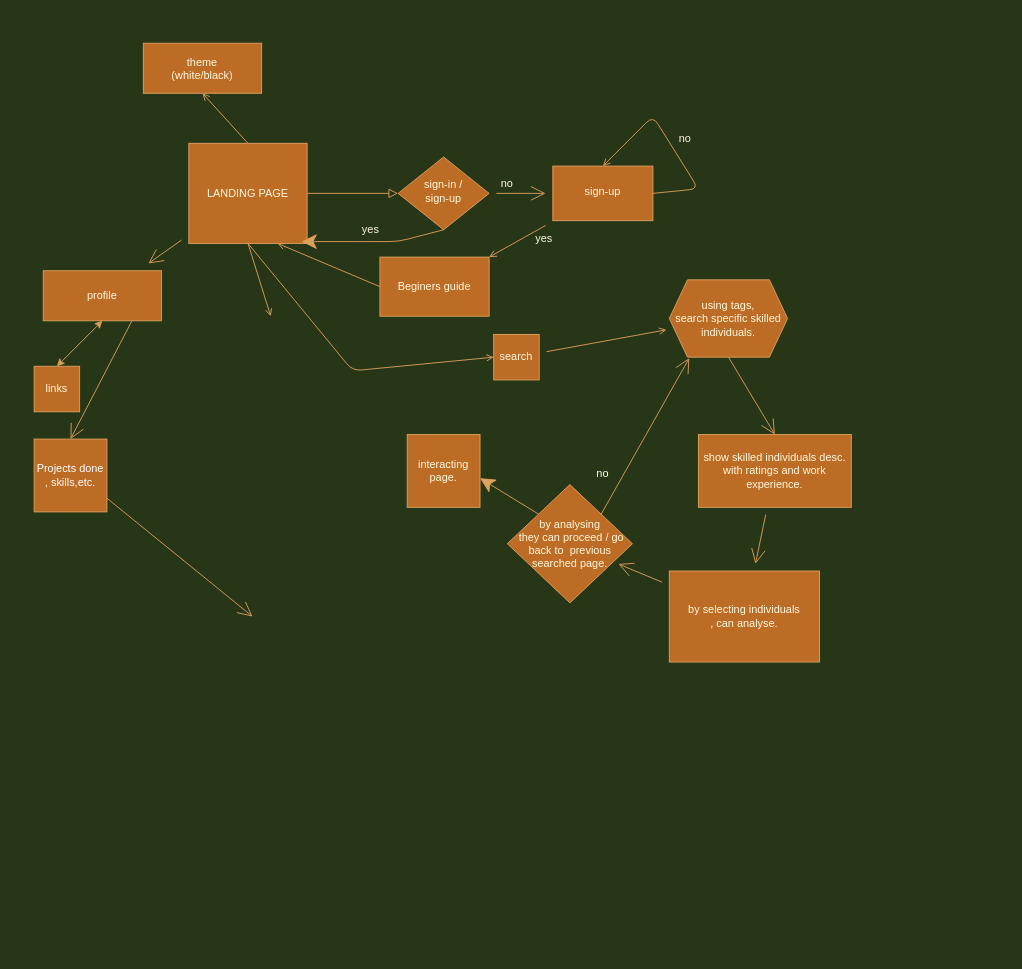
This is Untitled Diagram.drawio from rahulrg1/linclon, a draw.io file, before an edit. Source tidied: cells renumbered, new cells numbered last; positions are measured from the earlier drawing's top-left corner, leaving out a move shared by most shapes. Both pictures are drawn from the tidied source at 91%, with x=0, y=0 at pixel (34, 43).
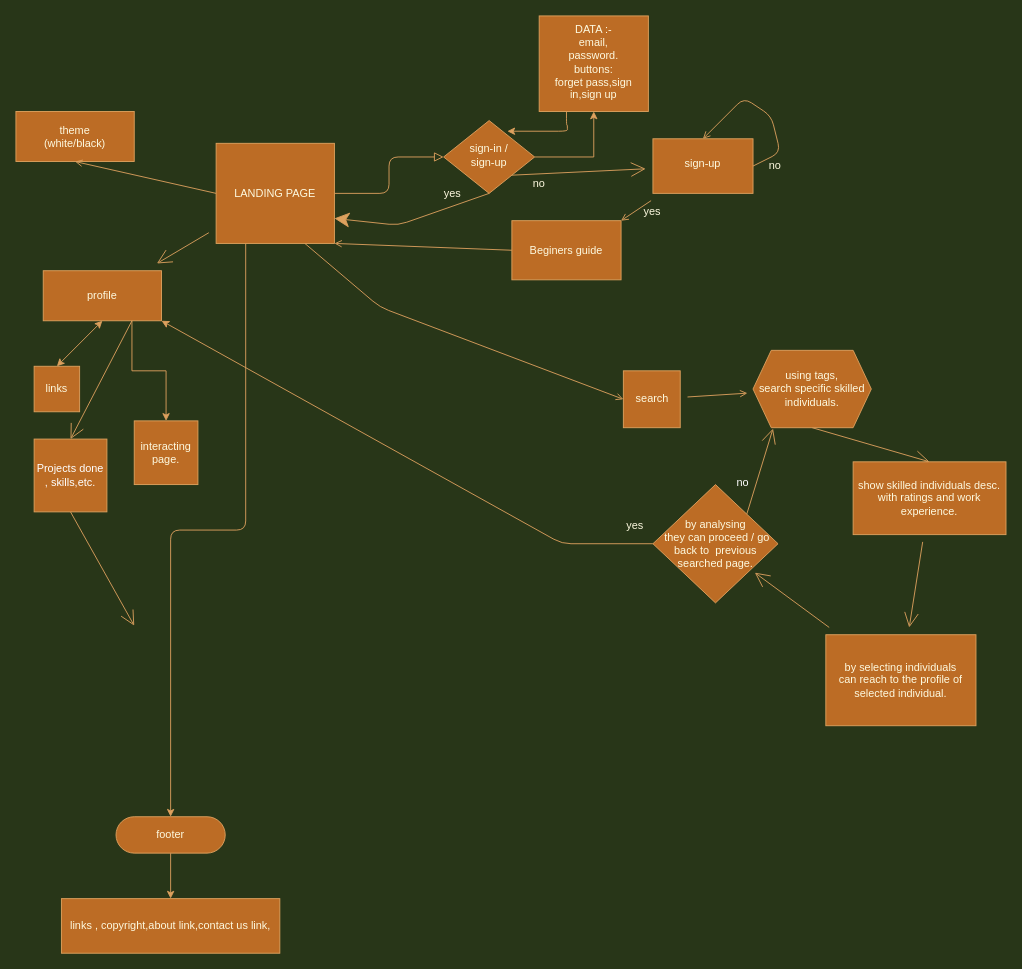
Above is the later version.

Unchanged cells that the change refers to:
```xml
<mxCell id="22" value="profile&lt;br&gt;" style="whiteSpace=wrap;html=1;hachureGap=4;fontColor=#FEFAE0;strokeColor=#DDA15E;fillColor=#BC6C25;arcSize=50;" parent="1" vertex="1">
  <mxGeometry x="10" y="250" width="130" height="55" as="geometry" />
</mxCell>
<mxCell id="38" value="&lt;font color=&quot;#ffffff&quot;&gt;Projects done&lt;br&gt;, skills,etc.&lt;br&gt;&lt;/font&gt;" style="whiteSpace=wrap;html=1;hachureGap=4;strokeColor=#DDA15E;fillColor=#BC6C25;fontColor=#FEFAE0;" parent="1" vertex="1">
  <mxGeometry y="435" width="80" height="80" as="geometry" />
</mxCell>
```

Change to the diagram source:
```diff
@@
     <mxCell id="2" value="theme&lt;br&gt;(white/black)" style="whiteSpace=wrap;html=1;hachureGap=4;fontColor=#FEFAE0;strokeColor=#DDA15E;fillColor=#BC6C25;arcSize=50;" parent="1" vertex="1">
-      <mxGeometry x="120" width="130" height="55" as="geometry" />
+      <mxGeometry x="-20" y="75" width="130" height="55" as="geometry" />
     </mxCell>
-    <mxCell id="3" style="edgeStyle=none;jettySize=auto;html=1;fontColor=#FEFAE0;endArrow=open;sourcePerimeterSpacing=8;targetPerimeterSpacing=8;strokeColor=#DDA15E;fillColor=#BC6C25;entryX=0;entryY=0.5;entryDx=0;entryDy=0;exitX=0.5;exitY=1;exitDx=0;exitDy=0;labelBackgroundColor=#283618;" parent="1" edge="1" source="17" target="5">
+    <mxCell id="3" style="edgeStyle=none;jettySize=auto;html=1;fontColor=#FEFAE0;endArrow=open;sourcePerimeterSpacing=8;targetPerimeterSpacing=8;strokeColor=#DDA15E;fillColor=#BC6C25;entryX=0;entryY=0.5;entryDx=0;entryDy=0;exitX=0.75;exitY=1;exitDx=0;exitDy=0;labelBackgroundColor=#283618;" parent="1" edge="1" source="17" target="5">
       <mxGeometry relative="1" as="geometry">
         <Array as="points">
-          <mxPoint x="350" y="360" />
+          <mxPoint x="380" y="290" />
         </Array>
       </mxGeometry>
     </mxCell>
@@
     <mxCell id="5" value="search" style="whiteSpace=wrap;html=1;hachureGap=4;fontColor=#FEFAE0;strokeColor=#DDA15E;fillColor=#BC6C25;" parent="1" vertex="1">
-      <mxGeometry x="505" y="320" width="50" height="50" as="geometry" />
+      <mxGeometry x="647.5" y="360" width="62.5" height="62.5" as="geometry" />
     </mxCell>
@@
-    <mxCell id="7" style="edgeStyle=none;jettySize=auto;html=1;fontColor=#FEFAE0;endArrow=open;startSize=14;endSize=14;sourcePerimeterSpacing=8;targetPerimeterSpacing=8;strokeColor=#DDA15E;fillColor=#BC6C25;labelBackgroundColor=#283618;" parent="1" edge="1" source="8" target="12">
+    <mxCell id="7" style="edgeStyle=none;jettySize=auto;html=1;fontColor=#FEFAE0;endArrow=open;startSize=14;endSize=14;sourcePerimeterSpacing=8;targetPerimeterSpacing=8;strokeColor=#DDA15E;fillColor=#BC6C25;labelBackgroundColor=#283618;exitX=1;exitY=1;exitDx=0;exitDy=0;" parent="1" edge="1" source="8" target="12">
       <mxGeometry relative="1" as="geometry" />
     </mxCell>
+    <mxCell id="40" style="edgeStyle=orthogonalEdgeStyle;rounded=0;jettySize=auto;html=1;startSize=30;strokeColor=#DDA15E;labelBackgroundColor=#283618;fontColor=#FEFAE0;" parent="1" edge="1" source="8" target="44">
+      <mxGeometry relative="1" as="geometry" />
+    </mxCell>
     <mxCell id="8" value="sign-in /&lt;br&gt;sign-up&lt;br&gt;" style="rhombus;whiteSpace=wrap;html=1;shadow=0;fontFamily=Helvetica;fontSize=12;align=center;strokeWidth=1;spacing=6;spacingTop=-4;fillColor=#BC6C25;strokeColor=#DDA15E;fontColor=#FEFAE0;" parent="1" vertex="1">
-      <mxGeometry x="400" y="125" width="100" height="80" as="geometry" />
+      <mxGeometry x="450" y="85" width="100" height="80" as="geometry" />
     </mxCell>
     <mxCell id="9" value="yes&lt;br&gt;" style="text;html=1;strokeColor=none;fillColor=none;align=center;verticalAlign=middle;whiteSpace=wrap;hachureGap=4;fontColor=#FEFAE0;" parent="1" vertex="1">
-      <mxGeometry x="350" y="195" width="40" height="20" as="geometry" />
+      <mxGeometry x="440" y="155" width="40" height="20" as="geometry" />
     </mxCell>
@@
     <mxCell id="11" style="edgeStyle=none;orthogonalLoop=1;jettySize=auto;html=1;fontColor=#FEFAE0;endArrow=open;sourcePerimeterSpacing=8;targetPerimeterSpacing=8;strokeColor=#DDA15E;fillColor=#BC6C25;entryX=0.5;entryY=0;entryDx=0;entryDy=0;exitX=1;exitY=0.5;exitDx=0;exitDy=0;labelBackgroundColor=#283618;" parent="1" edge="1" source="12" target="12">
       <mxGeometry relative="1" as="geometry">
         <Array as="points">
-          <mxPoint x="730" y="160" />
-          <mxPoint x="680" y="80" />
+          <mxPoint x="820" y="120" />
+          <mxPoint x="810" y="80" />
+          <mxPoint x="780" y="60" />
         </Array>
       </mxGeometry>
     </mxCell>
     <mxCell id="12" value="sign-up" style="whiteSpace=wrap;html=1;shadow=0;fontColor=#FEFAE0;strokeColor=#DDA15E;strokeWidth=1;fillColor=#BC6C25;spacing=6;spacingTop=-4;" parent="1" vertex="1">
-      <mxGeometry x="570" y="135" width="110" height="60" as="geometry" />
+      <mxGeometry x="680" y="105" width="110" height="60" as="geometry" />
     </mxCell>
@@
-    <mxCell id="14" style="edgeStyle=none;jettySize=auto;html=1;exitX=0.5;exitY=0;exitDx=0;exitDy=0;fontColor=#FEFAE0;endArrow=open;sourcePerimeterSpacing=8;targetPerimeterSpacing=8;strokeColor=#DDA15E;fillColor=#BC6C25;entryX=0.5;entryY=1;entryDx=0;entryDy=0;labelBackgroundColor=#283618;" parent="1" edge="1" source="17" target="2">
+    <mxCell id="14" style="edgeStyle=none;jettySize=auto;html=1;exitX=0;exitY=0.5;exitDx=0;exitDy=0;fontColor=#FEFAE0;endArrow=open;sourcePerimeterSpacing=8;targetPerimeterSpacing=8;strokeColor=#DDA15E;fillColor=#BC6C25;entryX=0.5;entryY=1;entryDx=0;entryDy=0;labelBackgroundColor=#283618;" parent="1" edge="1" source="17" target="2">
       <mxGeometry relative="1" as="geometry" />
     </mxCell>
-    <mxCell id="15" style="edgeStyle=none;jettySize=auto;html=1;exitX=0;exitY=0.5;exitDx=0;exitDy=0;fontColor=#FEFAE0;endArrow=open;sourcePerimeterSpacing=8;targetPerimeterSpacing=8;strokeColor=#DDA15E;fillColor=#BC6C25;entryX=0.75;entryY=1;entryDx=0;entryDy=0;labelBackgroundColor=#283618;" parent="1" edge="1" source="28" target="17">
+    <mxCell id="15" style="edgeStyle=none;jettySize=auto;html=1;exitX=0;exitY=0.5;exitDx=0;exitDy=0;fontColor=#FEFAE0;endArrow=open;sourcePerimeterSpacing=8;targetPerimeterSpacing=8;strokeColor=#DDA15E;fillColor=#BC6C25;entryX=1;entryY=1;entryDx=0;entryDy=0;labelBackgroundColor=#283618;" parent="1" edge="1" source="28" target="17">
       <mxGeometry relative="1" as="geometry" />
     </mxCell>
-    <mxCell id="16" style="edgeStyle=none;jettySize=auto;html=1;exitX=0.5;exitY=1;exitDx=0;exitDy=0;fontColor=#FEFAE0;endArrow=open;sourcePerimeterSpacing=8;targetPerimeterSpacing=8;strokeColor=#DDA15E;fillColor=#BC6C25;labelBackgroundColor=#283618;" parent="1" edge="1" source="17">
-      <mxGeometry relative="1" as="geometry">
-        <mxPoint x="260" y="300" as="targetPoint" />
-      </mxGeometry>
-    </mxCell>
+    <mxCell id="41" style="edgeStyle=orthogonalEdgeStyle;curved=0;rounded=1;sketch=0;jettySize=auto;html=1;exitX=0.25;exitY=1;exitDx=0;exitDy=0;fontColor=#FEFAE0;strokeColor=#DDA15E;fillColor=#BC6C25;entryX=0.5;entryY=0;entryDx=0;entryDy=0;" parent="1" edge="1" source="17" target="47">
+      <mxGeometry relative="1" as="geometry" />
+    </mxCell>
     <mxCell id="17" value="LANDING PAGE" style="whiteSpace=wrap;html=1;hachureGap=4;fontColor=#FEFAE0;strokeColor=#DDA15E;fillColor=#BC6C25;" parent="1" vertex="1">
-      <mxGeometry x="170" y="110" width="130" height="110" as="geometry" />
+      <mxGeometry x="200" y="110" width="130" height="110" as="geometry" />
     </mxCell>
     <mxCell id="18" value="no&lt;br&gt;" style="text;html=1;strokeColor=none;fillColor=none;align=center;verticalAlign=middle;whiteSpace=wrap;hachureGap=4;fontColor=#FEFAE0;" parent="1" vertex="1">
-      <mxGeometry x="500" y="145" width="40" height="20" as="geometry" />
+      <mxGeometry x="535" y="145" width="40" height="20" as="geometry" />
     </mxCell>
     <mxCell id="19" value="yes&lt;br&gt;" style="text;html=1;align=center;verticalAlign=middle;strokeColor=none;fillColor=none;fontColor=#FEFAE0;" parent="1" vertex="1">
-      <mxGeometry x="545" y="205" width="30" height="20" as="geometry" />
+      <mxGeometry x="663.8" y="175" width="30" height="20" as="geometry" />
     </mxCell>
     <mxCell id="20" value="no&lt;br&gt;" style="text;html=1;align=center;verticalAlign=middle;strokeColor=none;fillColor=none;fontColor=#FEFAE0;" parent="1" vertex="1">
-      <mxGeometry x="700" y="95" width="30" height="20" as="geometry" />
+      <mxGeometry x="799" y="125" width="30" height="20" as="geometry" />
     </mxCell>
-    <mxCell id="21" style="edgeStyle=none;jettySize=auto;html=1;exitX=0.75;exitY=1;exitDx=0;exitDy=0;endArrow=open;startSize=14;endSize=14;sourcePerimeterSpacing=8;targetPerimeterSpacing=8;strokeColor=#DDA15E;entryX=0.5;entryY=0;entryDx=0;entryDy=0;labelBackgroundColor=#283618;fontColor=#FEFAE0;" parent="1" edge="1" source="22" target="38">
+    <mxCell id="21" style="edgeStyle=none;jettySize=auto;html=1;exitX=0.75;exitY=1;exitDx=0;exitDy=0;endArrow=open;startSize=14;endSize=14;sourcePerimeterSpacing=8;targetPerimeterSpacing=8;strokeColor=#DDA15E;entryX=0.5;entryY=0;entryDx=0;entryDy=0;fontColor=#FEFAE0;labelBackgroundColor=#283618;" parent="1" edge="1" source="22" target="38">
       <mxGeometry relative="1" as="geometry" />
     </mxCell>
+    <mxCell id="42" style="edgeStyle=orthogonalEdgeStyle;rounded=0;jettySize=auto;html=1;exitX=0.75;exitY=1;exitDx=0;exitDy=0;startSize=30;strokeColor=#DDA15E;labelBackgroundColor=#283618;fontColor=#FEFAE0;" parent="1" edge="1" source="22" target="35">
+      <mxGeometry relative="1" as="geometry" />
+    </mxCell>
@@
-    <mxCell id="23" style="endArrow=classic;html=1;fontColor=#FEFAE0;startSize=14;endSize=14;sourcePerimeterSpacing=8;targetPerimeterSpacing=8;strokeColor=#DDA15E;fillColor=#BC6C25;exitX=0.5;exitY=1;exitDx=0;exitDy=0;entryX=0.954;entryY=0.982;entryDx=0;entryDy=0;entryPerimeter=0;labelBackgroundColor=#283618;" parent="1" edge="1" source="8" target="17">
+    <mxCell id="23" style="endArrow=classic;html=1;fontColor=#FEFAE0;startSize=14;endSize=14;sourcePerimeterSpacing=8;targetPerimeterSpacing=8;strokeColor=#DDA15E;fillColor=#BC6C25;exitX=0.5;exitY=1;exitDx=0;exitDy=0;entryX=1;entryY=0.75;entryDx=0;entryDy=0;labelBackgroundColor=#283618;" parent="1" edge="1" source="8" target="17">
       <mxGeometry relative="1" as="geometry">
         <Array as="points">
-          <mxPoint x="400" y="218" />
+          <mxPoint x="400" y="200" />
         </Array>
       </mxGeometry>
     </mxCell>
@@
-    <mxCell id="26" style="edgeStyle=none;jettySize=auto;html=1;exitX=0.5;exitY=1;exitDx=0;exitDy=0;entryX=0.5;entryY=0;entryDx=0;entryDy=0;endArrow=open;startSize=14;endSize=14;sourcePerimeterSpacing=8;targetPerimeterSpacing=8;fillColor=#BC6C25;strokeColor=#DDA15E;labelBackgroundColor=#283618;fontColor=#FEFAE0;" parent="1" edge="1" source="27" target="30">
+    <mxCell id="26" style="edgeStyle=none;jettySize=auto;html=1;exitX=0.5;exitY=1;exitDx=0;exitDy=0;entryX=0.5;entryY=0;entryDx=0;entryDy=0;endArrow=open;startSize=14;endSize=14;sourcePerimeterSpacing=8;targetPerimeterSpacing=8;fillColor=#BC6C25;strokeColor=#DDA15E;fontColor=#FEFAE0;labelBackgroundColor=#283618;" parent="1" edge="1" source="27" target="30">
       <mxGeometry relative="1" as="geometry" />
     </mxCell>
     <mxCell id="27" value="using tags,&lt;br&gt;search specific skilled&lt;br&gt;individuals." style="shape=hexagon;perimeter=hexagonPerimeter2;whiteSpace=wrap;html=1;fixedSize=1;fontColor=#FEFAE0;strokeColor=#DDA15E;fillColor=#BC6C25;hachureGap=4;" parent="1" vertex="1">
-      <mxGeometry x="698" y="260" width="130" height="85" as="geometry" />
+      <mxGeometry x="790" y="337.5" width="130" height="85" as="geometry" />
     </mxCell>
     <mxCell id="28" value="Beginers guide" style="whiteSpace=wrap;html=1;hachureGap=4;fontColor=#FEFAE0;strokeColor=#DDA15E;fillColor=#BC6C25;arcSize=0;" parent="1" vertex="1">
-      <mxGeometry x="380" y="235" width="120" height="65" as="geometry" />
+      <mxGeometry x="525" y="195" width="120" height="65" as="geometry" />
     </mxCell>
-    <mxCell id="29" style="edgeStyle=none;jettySize=auto;html=1;endArrow=open;startSize=14;endSize=14;sourcePerimeterSpacing=8;targetPerimeterSpacing=8;strokeColor=#DDA15E;labelBackgroundColor=#283618;fontColor=#FEFAE0;" parent="1" edge="1" source="30" target="32">
+    <mxCell id="29" style="edgeStyle=none;jettySize=auto;html=1;endArrow=open;startSize=14;endSize=14;sourcePerimeterSpacing=8;targetPerimeterSpacing=8;strokeColor=#DDA15E;fontColor=#FEFAE0;labelBackgroundColor=#283618;" parent="1" edge="1" source="30" target="32">
       <mxGeometry relative="1" as="geometry" />
     </mxCell>
     <mxCell id="30" value="show skilled individuals desc.&lt;br&gt;with ratings and work experience." style="whiteSpace=wrap;html=1;hachureGap=4;fontColor=#FEFAE0;strokeColor=#DDA15E;fillColor=#BC6C25;arcSize=50;" parent="1" vertex="1">
-      <mxGeometry x="730" y="430" width="168" height="80" as="geometry" />
+      <mxGeometry x="900" y="460" width="168" height="80" as="geometry" />
     </mxCell>
-    <mxCell id="31" style="edgeStyle=none;jettySize=auto;html=1;endArrow=open;startSize=14;endSize=14;sourcePerimeterSpacing=8;targetPerimeterSpacing=8;strokeColor=#DDA15E;labelBackgroundColor=#283618;fontColor=#FEFAE0;" parent="1" edge="1" source="32" target="34">
+    <mxCell id="31" style="edgeStyle=none;jettySize=auto;html=1;endArrow=open;startSize=14;endSize=14;sourcePerimeterSpacing=8;targetPerimeterSpacing=8;strokeColor=#DDA15E;fontColor=#FEFAE0;labelBackgroundColor=#283618;" parent="1" edge="1" source="32" target="34">
       <mxGeometry relative="1" as="geometry" />
     </mxCell>
-    <mxCell id="32" value="by selecting individuals&lt;br&gt;, can analyse." style="whiteSpace=wrap;html=1;fontColor=#FEFAE0;strokeColor=#DDA15E;fillColor=#BC6C25;arcSize=50;hachureGap=4;" parent="1" vertex="1">
-      <mxGeometry x="698" y="580" width="165" height="100" as="geometry" />
+    <mxCell id="32" value="by selecting individuals&lt;br&gt;can reach to the profile of selected individual." style="whiteSpace=wrap;html=1;fontColor=#FEFAE0;strokeColor=#DDA15E;fillColor=#BC6C25;arcSize=50;hachureGap=4;" parent="1" vertex="1">
+      <mxGeometry x="870" y="650" width="165" height="100" as="geometry" />
     </mxCell>
-    <mxCell id="33" style="edgeStyle=none;jettySize=auto;html=1;exitX=1;exitY=0;exitDx=0;exitDy=0;entryX=0.169;entryY=1.012;entryDx=0;entryDy=0;entryPerimeter=0;endArrow=open;startSize=14;endSize=14;sourcePerimeterSpacing=8;targetPerimeterSpacing=8;strokeColor=#DDA15E;labelBackgroundColor=#283618;fontColor=#FEFAE0;" parent="1" edge="1" source="34" target="27">
+    <mxCell id="33" style="edgeStyle=none;jettySize=auto;html=1;exitX=1;exitY=0;exitDx=0;exitDy=0;entryX=0.169;entryY=1.012;entryDx=0;entryDy=0;entryPerimeter=0;endArrow=open;startSize=14;endSize=14;sourcePerimeterSpacing=8;targetPerimeterSpacing=8;strokeColor=#DDA15E;fontColor=#FEFAE0;labelBackgroundColor=#283618;" parent="1" edge="1" source="34" target="27">
       <mxGeometry relative="1" as="geometry" />
     </mxCell>
     <mxCell id="34" value="by analysing&lt;br&gt;&amp;nbsp;they can proceed / go back to&amp;nbsp; previous&lt;br&gt;searched&amp;nbsp;page." style="rhombus;whiteSpace=wrap;html=1;fontColor=#FEFAE0;strokeColor=#DDA15E;fillColor=#BC6C25;arcSize=0;hachureGap=4;" parent="1" vertex="1">
-      <mxGeometry x="520" y="485" width="137.5" height="130" as="geometry" />
+      <mxGeometry x="680" y="485" width="137.5" height="130" as="geometry" />
     </mxCell>
     <mxCell id="35" value="interacting page." style="whiteSpace=wrap;html=1;hachureGap=4;fillColor=#BC6C25;strokeColor=#DDA15E;fontColor=#FEFAE0;" parent="1" vertex="1">
-      <mxGeometry x="410" y="430" width="80" height="80" as="geometry" />
+      <mxGeometry x="110" y="415" width="70" height="70" as="geometry" />
     </mxCell>
-    <mxCell id="36" style="endArrow=classic;html=1;startSize=14;endSize=14;sourcePerimeterSpacing=8;targetPerimeterSpacing=8;strokeColor=#DDA15E;exitX=0;exitY=0;exitDx=0;exitDy=0;entryX=1;entryY=0.6;entryDx=0;entryDy=0;entryPerimeter=0;labelBackgroundColor=#283618;fontColor=#FEFAE0;" parent="1" edge="1" source="34" target="35">
-      <mxGeometry relative="1" as="geometry" />
-    </mxCell>
-    <mxCell id="37" style="edgeStyle=none;jettySize=auto;html=1;exitX=0;exitY=0;exitDx=0;exitDy=0;endArrow=open;startSize=14;endSize=14;sourcePerimeterSpacing=8;targetPerimeterSpacing=8;strokeColor=#DDA15E;labelBackgroundColor=#283618;fontColor=#FEFAE0;" parent="1" edge="1" source="38">
+    <mxCell id="37" style="edgeStyle=none;jettySize=auto;html=1;exitX=0.5;exitY=1;exitDx=0;exitDy=0;endArrow=open;startSize=14;endSize=14;sourcePerimeterSpacing=8;targetPerimeterSpacing=8;strokeColor=#DDA15E;fontColor=#FEFAE0;labelBackgroundColor=#283618;" parent="1" edge="1" source="38">
       <mxGeometry relative="1" as="geometry">
-        <mxPoint x="240" y="630" as="targetPoint" />
+        <mxPoint x="110" y="640" as="targetPoint" />
       </mxGeometry>
     </mxCell>
@@
     <mxCell id="39" value="&lt;font color=&quot;#ffffff&quot;&gt;no&lt;br&gt;&lt;br&gt;&lt;/font&gt;" style="text;html=1;align=center;verticalAlign=middle;whiteSpace=wrap;hachureGap=4;fontColor=#FEFAE0;" parent="1" vertex="1">
-      <mxGeometry x="605" y="470" width="40" height="20" as="geometry" />
+      <mxGeometry x="759" y="480" width="40" height="20" as="geometry" />
     </mxCell>
+    <mxCell id="43" style="edgeStyle=orthogonalEdgeStyle;curved=0;rounded=1;sketch=0;jettySize=auto;html=1;exitX=0.25;exitY=1;exitDx=0;exitDy=0;fontColor=#FEFAE0;strokeColor=#DDA15E;fillColor=#BC6C25;entryX=0.7;entryY=0.146;entryDx=0;entryDy=0;entryPerimeter=0;" parent="1" edge="1" source="44" target="8">
+      <mxGeometry relative="1" as="geometry">
+        <Array as="points">
+          <mxPoint x="585" y="90" />
+          <mxPoint x="586" y="97" />
+        </Array>
+      </mxGeometry>
+    </mxCell>
+    <mxCell id="44" value="&lt;span&gt;DATA :-&lt;/span&gt;&lt;br&gt;&lt;span&gt;email,&lt;/span&gt;&lt;br&gt;&lt;span&gt;password.&lt;/span&gt;&lt;br&gt;&lt;span&gt;buttons:&lt;/span&gt;&lt;br&gt;&lt;span&gt;forget pass,sign in,sign up&lt;/span&gt;" style="whiteSpace=wrap;html=1;shadow=0;fontColor=#FEFAE0;strokeColor=#DDA15E;strokeWidth=1;fillColor=#BC6C25;spacing=6;spacingTop=-4;" parent="1" vertex="1">
+      <mxGeometry x="555" y="-30" width="120" height="105" as="geometry" />
+    </mxCell>
+    <mxCell id="45" style="endArrow=classic;html=1;startSize=30;strokeColor=#DDA15E;entryX=1;entryY=1;entryDx=0;entryDy=0;exitX=0;exitY=0.5;exitDx=0;exitDy=0;labelBackgroundColor=#283618;fontColor=#FEFAE0;" parent="1" edge="1" source="34" target="22">
+      <mxGeometry relative="1" as="geometry">
+        <Array as="points">
+          <mxPoint x="580" y="550" />
+        </Array>
+      </mxGeometry>
+    </mxCell>
+    <mxCell id="46" style="edgeStyle=orthogonalEdgeStyle;curved=0;rounded=1;sketch=0;jettySize=auto;html=1;fontColor=#FEFAE0;strokeColor=#DDA15E;fillColor=#BC6C25;" parent="1" edge="1" source="47" target="48">
+      <mxGeometry relative="1" as="geometry" />
+    </mxCell>
+    <mxCell id="47" value="footer" style="rounded=1;whiteSpace=wrap;html=1;sketch=0;fontColor=#FEFAE0;strokeColor=#DDA15E;fillColor=#BC6C25;arcSize=50;" parent="1" vertex="1">
+      <mxGeometry x="90" y="850" width="120" height="40" as="geometry" />
+    </mxCell>
+    <mxCell id="48" value="links , copyright,about link,contact us link," style="rounded=1;whiteSpace=wrap;html=1;sketch=0;fontColor=#FEFAE0;strokeColor=#DDA15E;fillColor=#BC6C25;arcSize=0;" parent="1" vertex="1">
+      <mxGeometry x="30" y="940" width="240" height="60" as="geometry" />
+    </mxCell>
+    <mxCell id="49" value="yes" style="text;html=1;align=center;verticalAlign=middle;strokeColor=none;fillColor=none;fontColor=#FEFAE0;" parent="1" vertex="1">
+      <mxGeometry x="645" y="520" width="30" height="20" as="geometry" />
+    </mxCell>
```
